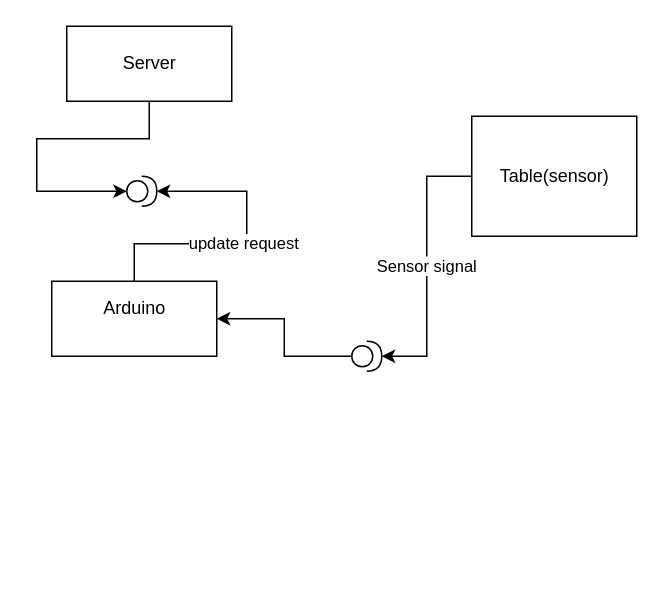
Earlier version of the draw.io diagram Diagrams/Untitled Diagram.drawio (AhmedStark/space-bubble). Source tidied: cells renumbered, new cells numbered last; positions are measured from the earlier drawing's top-left corner, leaving out a move shared by most shapes. Both pictures are drawn from the tidied source at 150%, with x=0, y=0 at pixel (51, 26).
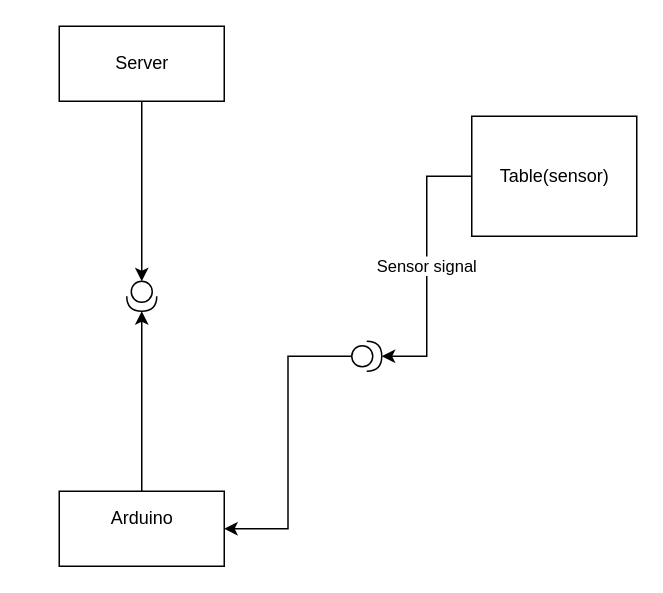
The same diagram, later.

The edit, as a diff of the source:
```diff
@@
 <mxGraphModel>
   <root>
     <mxCell id="0" />
     <mxCell id="1" parent="0" />
     <mxCell id="2" style="edgeStyle=orthogonalEdgeStyle;rounded=0;jettySize=auto;html=1;entryX=0;entryY=0.5;entryDx=0;entryDy=0;entryPerimeter=0;" parent="1" edge="1" source="3" target="10">
       <mxGeometry relative="1" as="geometry" />
     </mxCell>
     <mxCell id="3" value="Server" style="html=1;" parent="1" vertex="1">
-      <mxGeometry x="10" width="110" height="50" as="geometry" />
+      <mxGeometry x="5" width="110" height="50" as="geometry" />
     </mxCell>
-    <mxCell id="4" value="update request" style="edgeStyle=orthogonalEdgeStyle;rounded=0;jettySize=auto;html=1;entryX=1;entryY=0.5;entryDx=0;entryDy=0;entryPerimeter=0;" parent="1" edge="1" source="5" target="10">
+    <mxCell id="4" style="edgeStyle=orthogonalEdgeStyle;rounded=0;jettySize=auto;html=1;entryX=1;entryY=0.5;entryDx=0;entryDy=0;entryPerimeter=0;" parent="1" edge="1" source="5" target="10">
       <mxGeometry relative="1" as="geometry" />
     </mxCell>
     <mxCell id="5" value="Arduino&lt;br&gt;&lt;br&gt;" style="html=1;" parent="1" vertex="1">
-      <mxGeometry y="170" width="110" height="50" as="geometry" />
+      <mxGeometry x="5" y="310" width="110" height="50" as="geometry" />
     </mxCell>
     <mxCell id="6" value="Sensor signal" style="edgeStyle=orthogonalEdgeStyle;rounded=0;jettySize=auto;html=1;exitX=0;exitY=0.5;exitDx=0;exitDy=0;entryX=1;entryY=0.5;entryDx=0;entryDy=0;entryPerimeter=0;" parent="1" edge="1" source="7" target="9">
       <mxGeometry relative="1" as="geometry" />
     </mxCell>
     <mxCell id="7" value="Table(sensor)" style="html=1;" parent="1" vertex="1">
       <mxGeometry x="280" y="60" width="110" height="80" as="geometry" />
     </mxCell>
     <mxCell id="8" style="edgeStyle=orthogonalEdgeStyle;rounded=0;jettySize=auto;html=1;entryX=1;entryY=0.5;entryDx=0;entryDy=0;" parent="1" edge="1" source="9" target="5">
       <mxGeometry relative="1" as="geometry" />
     </mxCell>
     <mxCell id="9" style="shape=providedRequiredInterface;html=1;verticalLabelPosition=bottom;" parent="1" vertex="1">
       <mxGeometry x="200" y="210" width="20" height="20" as="geometry" />
     </mxCell>
-    <mxCell id="10" style="shape=providedRequiredInterface;html=1;verticalLabelPosition=bottom;" parent="1" vertex="1">
-      <mxGeometry x="50" y="100" width="20" height="20" as="geometry" />
+    <mxCell id="10" style="shape=providedRequiredInterface;html=1;verticalLabelPosition=bottom;direction=south;" parent="1" vertex="1">
+      <mxGeometry x="50" y="170" width="20" height="20" as="geometry" />
     </mxCell>
   </root>
 </mxGraphModel>
```
